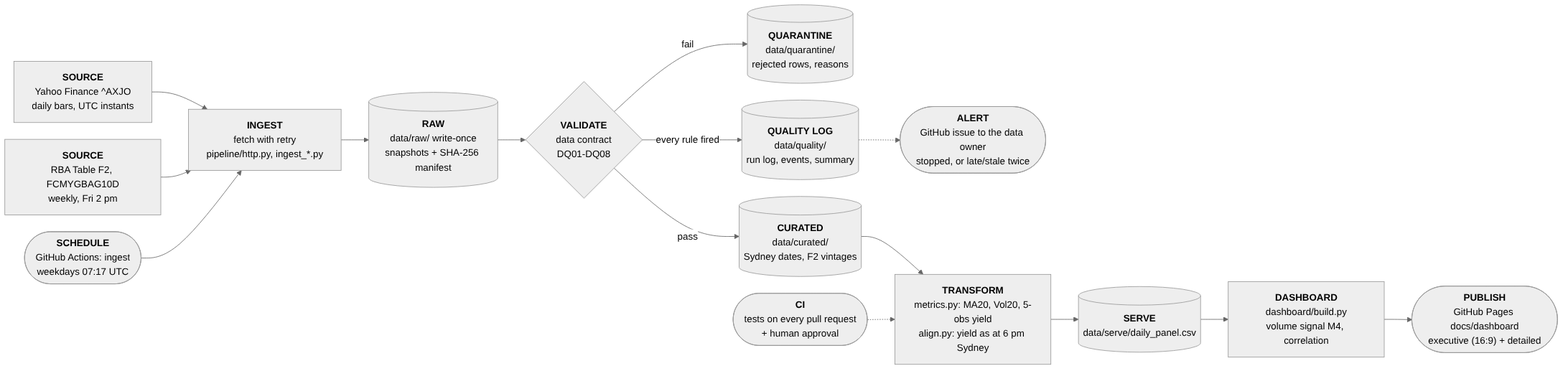
Before: docs/img/architecture.png, a diagram exported from Mermaid (vpkngoc/BUSA3022_ASM2). Its source is kept beside it as docs/architecture.mmd. The source it was exported from:
```mermaid
%%{init: {"theme": "neutral", "flowchart": {"curve": "basis", "nodeSpacing": 28, "rankSpacing": 46}}}%%
flowchart LR
  Y["<b>SOURCE</b><br/>Yahoo Finance ^AXJO<br/>daily bars, UTC instants"]
  R["<b>SOURCE</b><br/>RBA Table F2, FCMYGBAG10D<br/>weekly, Fri 2 pm"]
  GA(["<b>SCHEDULE</b><br/>GitHub Actions: ingest<br/>weekdays 07:17 UTC"])
  F["<b>INGEST</b><br/>fetch with retry<br/>pipeline/http.py, ingest_*.py"]
  RAW[("<b>RAW</b><br/>data/raw/ write-once<br/>snapshots + SHA-256 manifest")]
  V{"<b>VALIDATE</b><br/>data contract<br/>DQ01-DQ08"}
  Q[("<b>QUARANTINE</b><br/>data/quarantine/<br/>rejected rows, reasons")]
  CUR[("<b>CURATED</b><br/>data/curated/<br/>Sydney dates, F2 vintages")]
  DQ[("<b>QUALITY LOG</b><br/>data/quality/<br/>run log, events, summary")]
  ISS(["<b>ALERT</b><br/>GitHub issue to the data owner<br/>stopped, or late/stale twice"])
  T["<b>TRANSFORM</b><br/>metrics.py: MA20, Vol20, 5-obs yield<br/>align.py: yield as at 6 pm Sydney"]
  S[("<b>SERVE</b><br/>data/serve/daily_panel.csv")]
  D["<b>DASHBOARD</b><br/>dashboard/build.py<br/>volume signal M4, correlation"]
  P(["<b>PUBLISH</b><br/>GitHub Pages docs/dashboard<br/>executive (16:9) + detailed"])
  CI(["<b>CI</b><br/>tests on every pull request<br/>+ human approval"])
  Y --> F
  R --> F
  GA --> F
  F --> RAW --> V
  V -- "pass" --> CUR
  V -- "fail" --> Q
  V -- "every rule fired" --> DQ
  DQ -.-> ISS
  CUR --> T --> S --> D --> P
  CI -.-> T
```
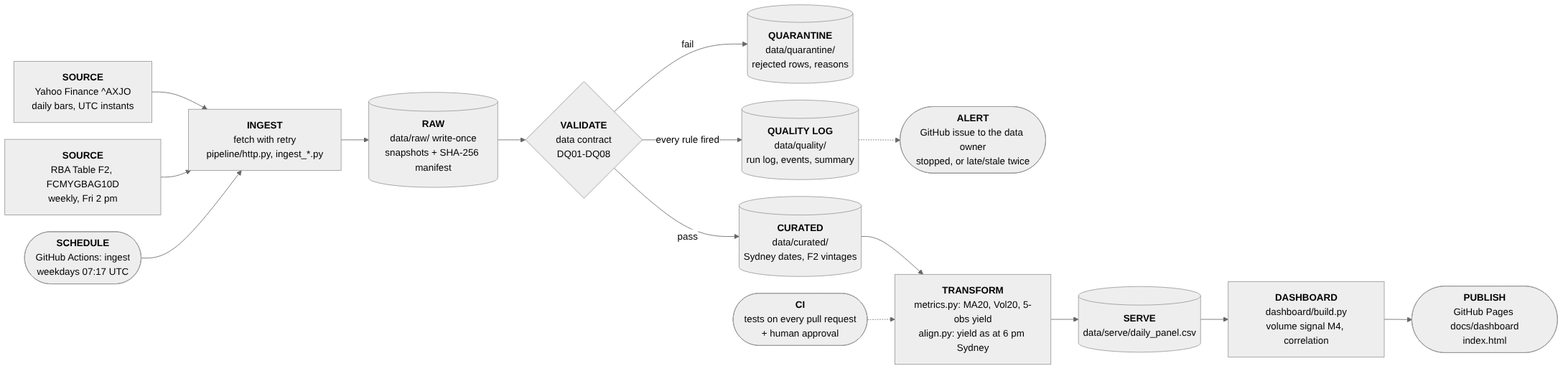
After the change.

What changed in the source:
```diff
@@ -13,7 +13,7 @@
   T["<b>TRANSFORM</b><br/>metrics.py: MA20, Vol20, 5-obs yield<br/>align.py: yield as at 6 pm Sydney"]
   S[("<b>SERVE</b><br/>data/serve/daily_panel.csv")]
   D["<b>DASHBOARD</b><br/>dashboard/build.py<br/>volume signal M4, correlation"]
-  P(["<b>PUBLISH</b><br/>GitHub Pages docs/dashboard<br/>executive (16:9) + detailed"])
+  P(["<b>PUBLISH</b><br/>GitHub Pages docs/dashboard<br/>index.html"])
   CI(["<b>CI</b><br/>tests on every pull request<br/>+ human approval"])
   Y --> F
   R --> F
```
